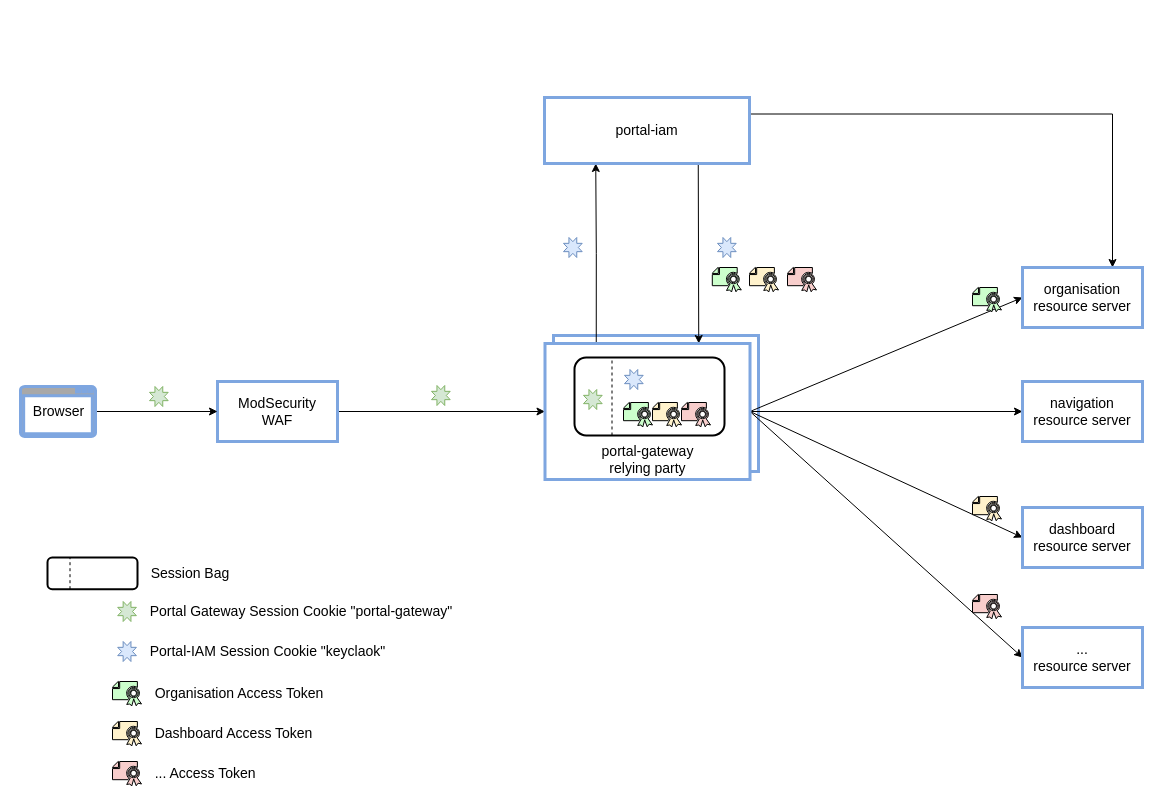
uniport/uniport-gateway keeps this draw.io diagram as page "Page-1" (1 of 10) of .docs/PortalGateway.drawio. Above is the earlier version. Source tidied: cells renumbered, new cells numbered last; positions are measured from the earlier drawing's top-left corner, leaving out a move shared by most shapes. Both pictures are drawn from the tidied source at 100%, with x=0, y=0 at pixel (20, 97).
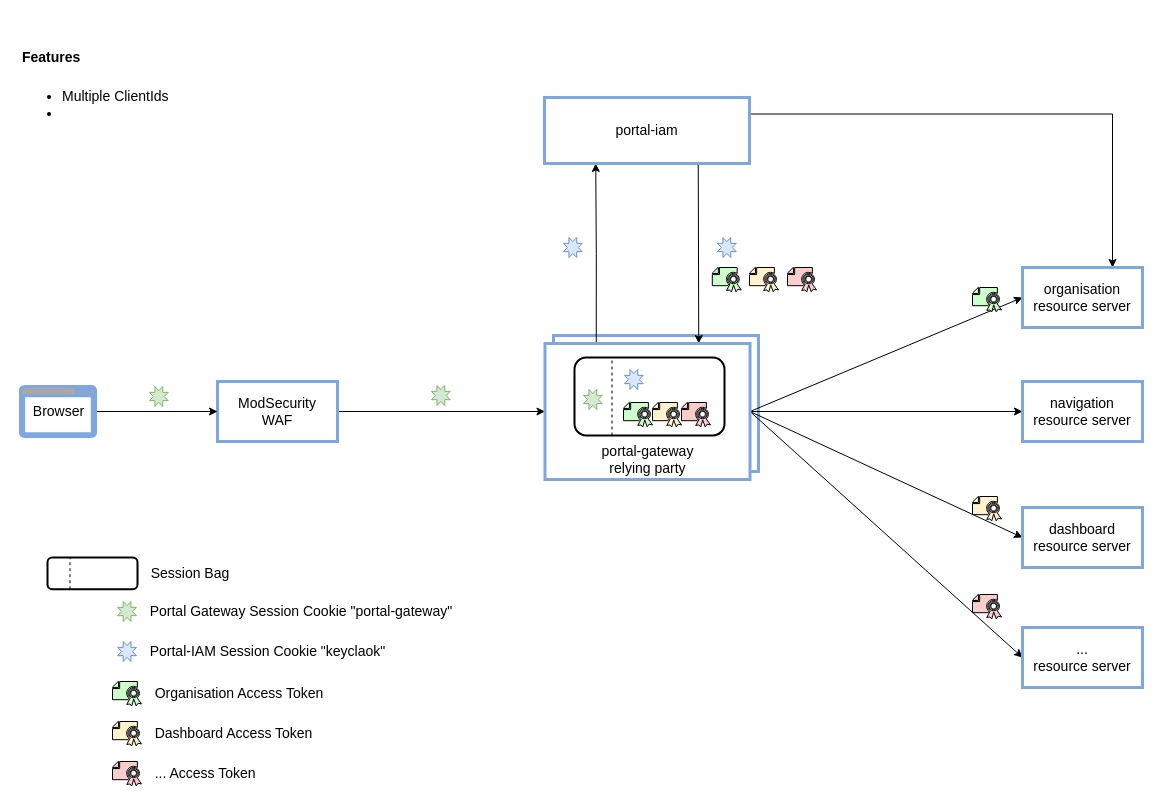
Above is the later version.

Diff of the diagram source:
```diff
@@
+    <mxCell id="46" parent="0" />
+    <mxCell id="47" value="&lt;h1&gt;&lt;span style=&quot;font-size: 14px&quot;&gt;Features&lt;/span&gt;&lt;/h1&gt;&lt;h1&gt;&lt;ul style=&quot;font-size: 14px&quot;&gt;&lt;li&gt;&lt;font style=&quot;font-size: 14px ; font-weight: normal&quot;&gt;Multiple ClientIds&lt;/font&gt;&lt;/li&gt;&lt;li&gt;&lt;font style=&quot;font-size: 14px&quot;&gt;&lt;br&gt;&lt;/font&gt;&lt;/li&gt;&lt;/ul&gt;&lt;/h1&gt;" style="text;html=1;strokeColor=none;fillColor=none;spacing=5;spacingTop=-20;whiteSpace=wrap;overflow=hidden;rounded=0;fontSize=14;align=left;" parent="46" vertex="1">
+      <mxGeometry x="-3" y="-70" width="350" height="220" as="geometry" />
+    </mxCell>
```
